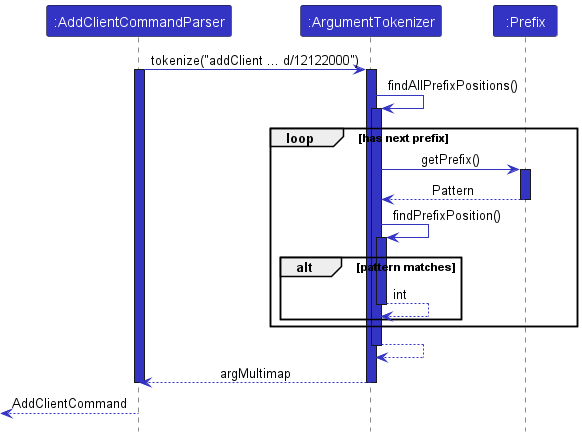
This is docs/images/ProposedPrefixSequenceDiagram.png from nus-cs2103-AY2223S1/tp, a PlantUML export, as it was before one commit.
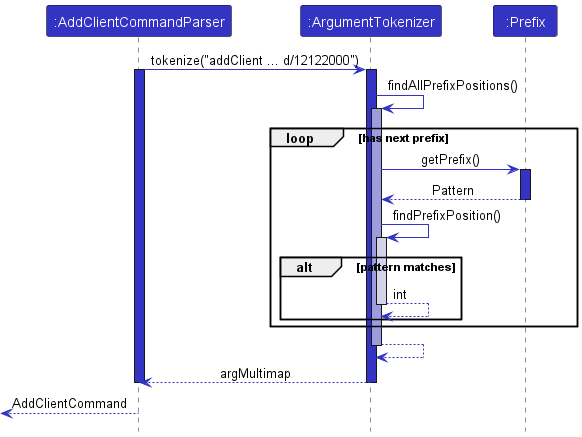
The same file after the commit.

Diff of the diagram source:
```diff
@@ -11,7 +11,7 @@
 
 
 at -[LOGIC_COLOR]> at : findAllPrefixPositions()
-activate at LOGIC_COLOR
+activate at #9D9DDD
 
 loop has next prefix
 at -[LOGIC_COLOR]> prefix : getPrefix()
@@ -20,7 +20,7 @@
 deactivate prefix
 
             at -[LOGIC_COLOR]> at: findPrefixPosition()
-            activate at LOGIC_COLOR
+            activate at #D3D3EC
                    alt pattern matches
 
             at --[LOGIC_COLOR]> at : int
```
